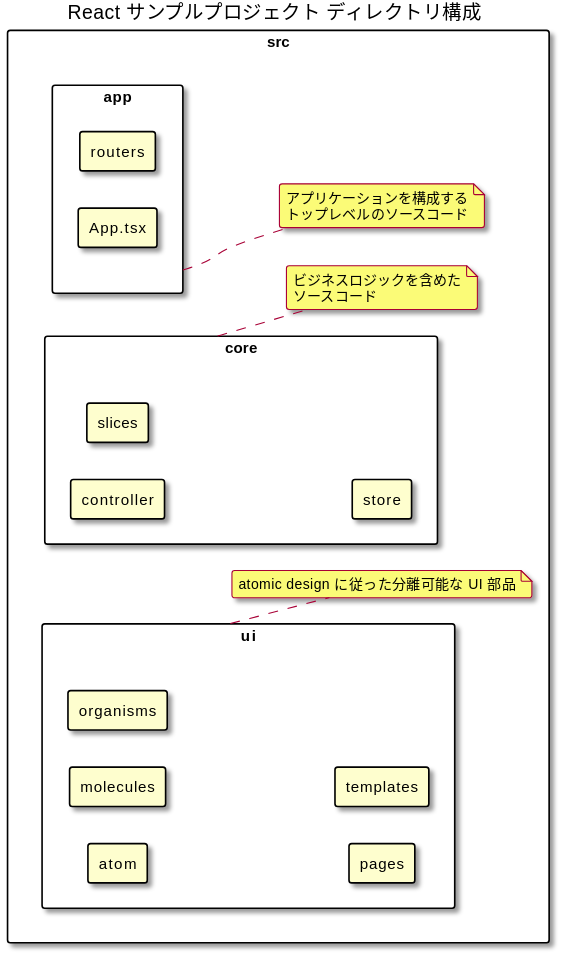
The PlantUML diagram docs/diagrams/out/architecture/directory.svg in yamagame/react-typescript-starter-app, before a commit. The source it was exported from:
```plantuml
@startuml directory
skinparam roundcorner 5
scale 400 width
skinparam packageStyle Rectangle
left to right direction

title React サンプルプロジェクト ディレクトリ構成

package src {
  package app {
    rectangle routers
    rectangle App.tsx
  }
  note right of app
    アプリケーションを構成する
    トップレベルのソースコード
  end note
  package core {
    rectangle controller
    rectangle slices
    rectangle store
  }
  note right of core
    ビジネスロジックを含めた
    ソースコード
  end note
  package ui {
    rectangle atom
    rectangle molecules
    rectangle organisms
    rectangle pages
    rectangle templates
  }
  note right of ui
    atomic design に従った分離可能な UI 部品
  end note
}

@enduml
```
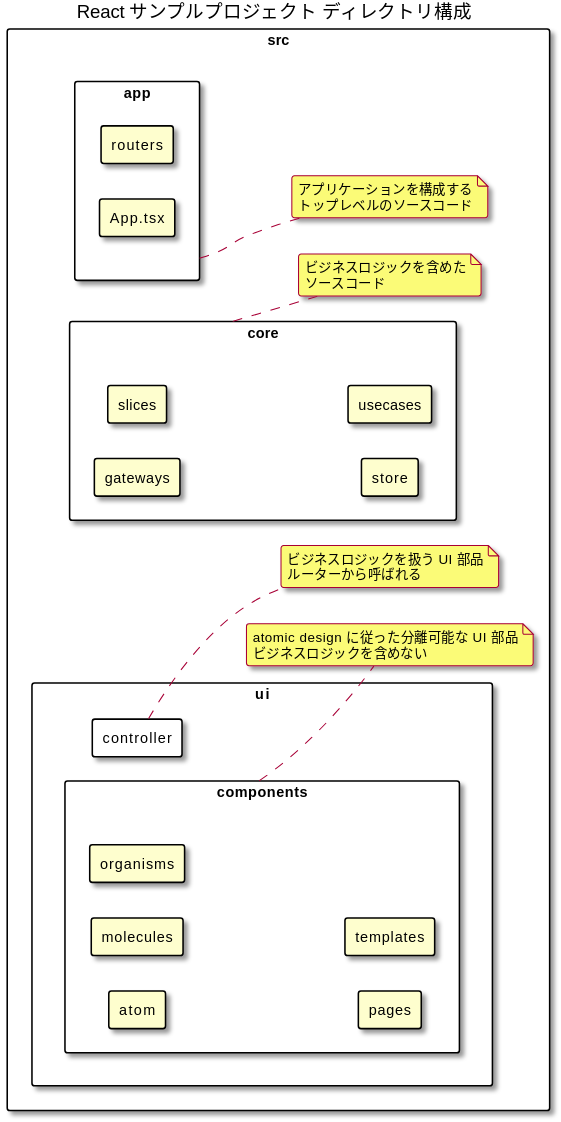
After the change.

Change to the diagram source:
```diff
@@ -16,23 +16,33 @@
     トップレベルのソースコード
   end note
   package core {
-    rectangle controller
+    rectangle gateways
     rectangle slices
     rectangle store
+    rectangle usecases
   }
   note right of core
     ビジネスロジックを含めた
     ソースコード
   end note
   package ui {
-    rectangle atom
-    rectangle molecules
-    rectangle organisms
-    rectangle pages
-    rectangle templates
+    package components {
+      rectangle atom
+      rectangle molecules
+      rectangle organisms
+      rectangle pages
+      rectangle templates
+    }
+    package controller {
+    }
   }
-  note right of ui
+  note right of components
     atomic design に従った分離可能な UI 部品
+    ビジネスロジックを含めない
+  end note
+  note right of controller
+    ビジネスロジックを扱う UI 部品
+    ルーターから呼ばれる
   end note
 }
 
```
